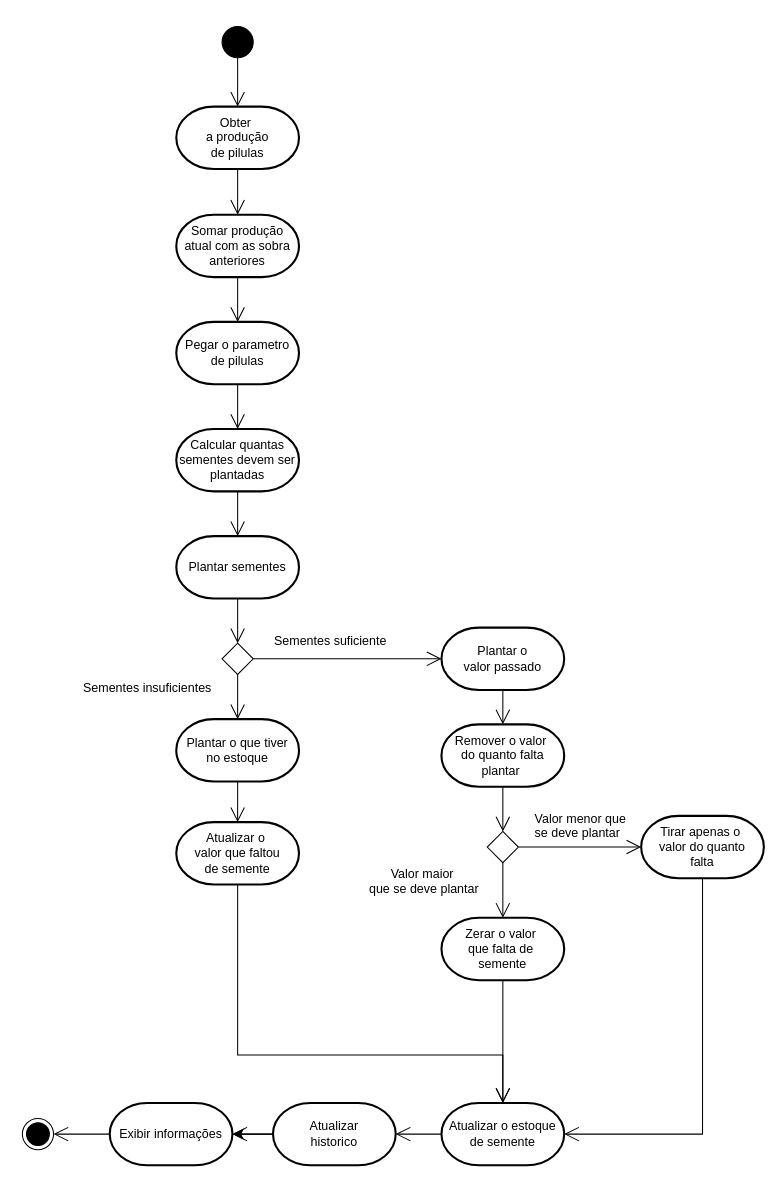
The draw.io diagram page "Atividade2" (6 of 10) of Tarefa1.drawio in ZardsMK/Trabahlo-DrawIO, before the edit. Source tidied: cells renumbered, new cells numbered last; positions are measured from the earlier drawing's top-left corner, leaving out a move shared by most shapes. Both pictures are drawn from the tidied source at 104%, with x=0, y=0 at pixel (22, 26).
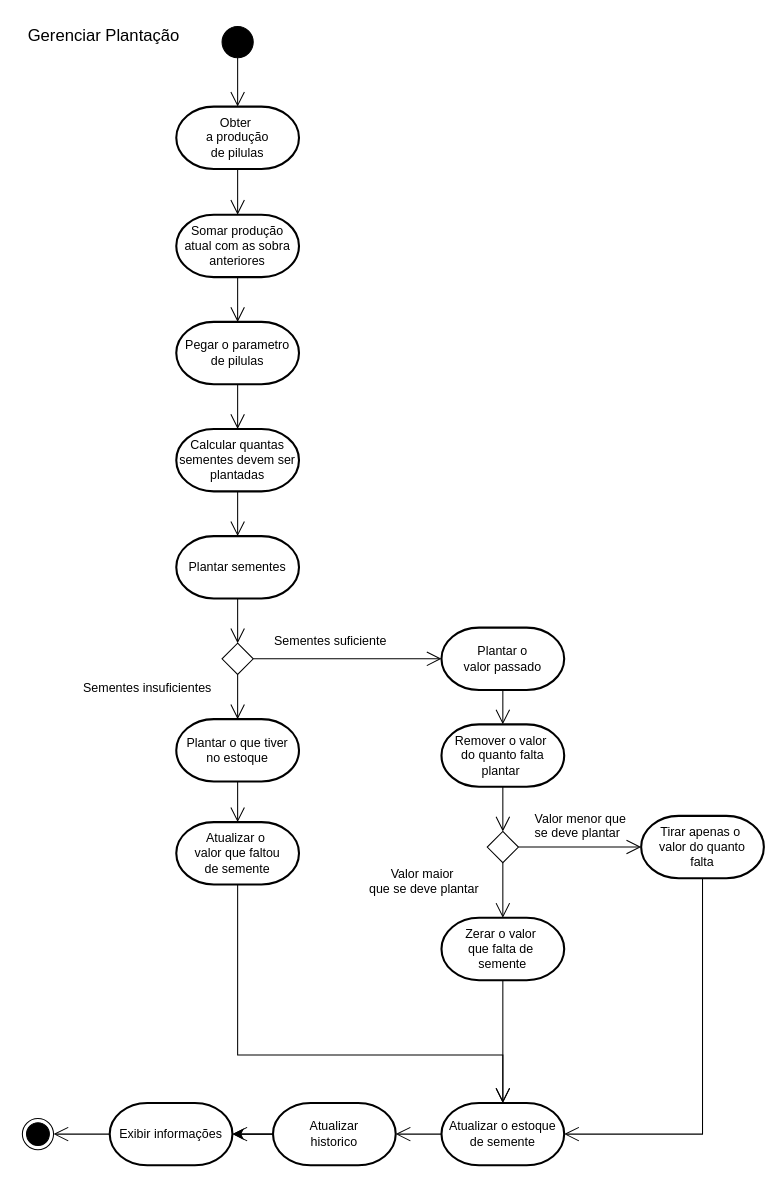
Above is the later version.

The edit, as a diff of the source:
```diff
@@
+    <mxCell id="44" value="Gerenciar Plantação" style="text;html=1;align=center;verticalAlign=middle;strokeColor=none;fillColor=none;fontSize=16;" parent="1" vertex="1">
+      <mxGeometry x="-4" y="-8" width="164" height="31" as="geometry" />
+    </mxCell>
```
